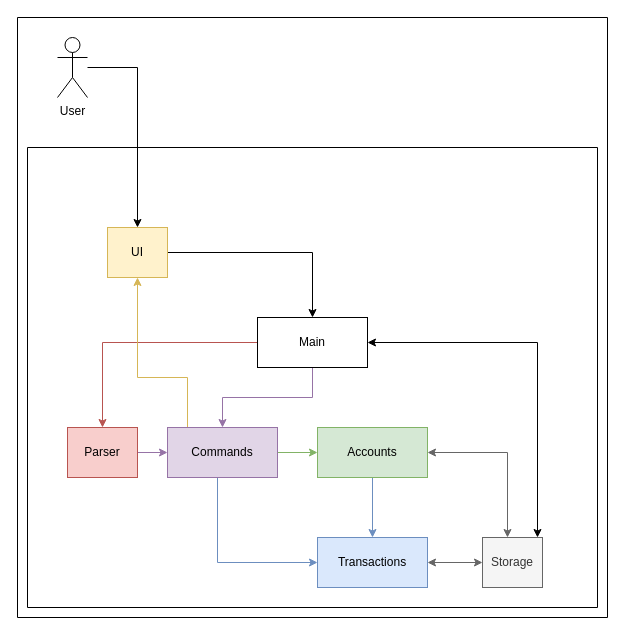
Before: docs/diagrams/ArchitectureDiagram.drawio in woowenjun99/tp, a draw.io diagram. Source tidied: cells renumbered, new cells numbered last; positions are measured from the earlier drawing's top-left corner, leaving out a move shared by most shapes. Both pictures are drawn from the tidied source at 100%, with x=0, y=0 at pixel (17, 17).
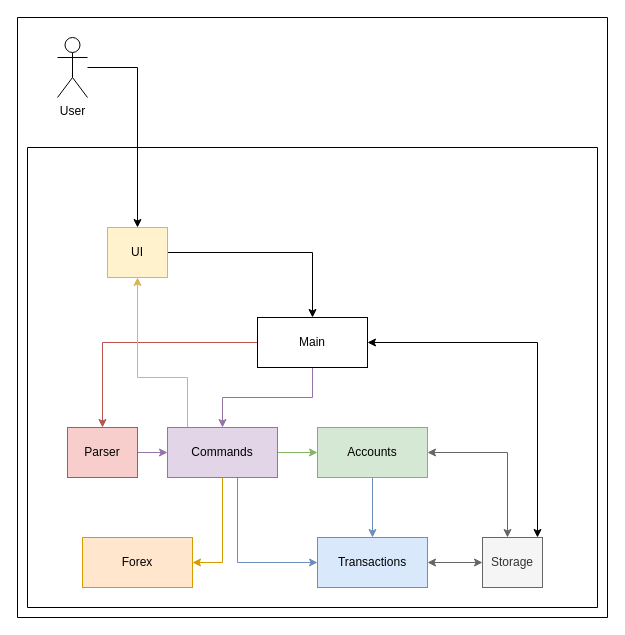
The same page after the edit.

Unchanged cells that the change refers to:
```xml
<mxCell id="2" style="swimlane;startSize=0;" parent="1" vertex="1">
  <mxGeometry x="10" y="130" width="570" height="460" as="geometry" />
</mxCell>
<mxCell id="17" value="Commands" style="html=1;whiteSpace=wrap;fillColor=#e1d5e7;strokeColor=#9673a6;" parent="2" vertex="1">
  <mxGeometry x="140" y="280" width="110" height="50" as="geometry" />
</mxCell>
<mxCell id="18" value="Transactions" style="html=1;whiteSpace=wrap;fillColor=#dae8fc;strokeColor=#6c8ebf;" parent="2" vertex="1">
  <mxGeometry x="290" y="390" width="110" height="50" as="geometry" />
</mxCell>
<mxCell id="23" style="swimlane;startSize=0;" parent="1" vertex="1">
  <mxGeometry width="590" height="600" as="geometry" />
</mxCell>
```

The edit, as a diff of the source:
```diff
@@
     <mxCell id="15" style="edgeStyle=orthogonalEdgeStyle;rounded=0;jettySize=auto;html=1;entryX=0;entryY=0.5;entryDx=0;entryDy=0;fillColor=#dae8fc;strokeColor=#6c8ebf;" parent="2" edge="1" source="17" target="18">
       <mxGeometry relative="1" as="geometry">
         <Array as="points">
-          <mxPoint x="190" y="415" />
+          <mxPoint x="210" y="415" />
         </Array>
       </mxGeometry>
     </mxCell>
@@
+    <mxCell id="24" value="Forex" style="html=1;whiteSpace=wrap;fillColor=#ffe6cc;strokeColor=#d79b00;" parent="23" vertex="1">
+      <mxGeometry x="65" y="520" width="110" height="50" as="geometry" />
+    </mxCell>
+    <mxCell id="25" style="edgeStyle=orthogonalEdgeStyle;rounded=0;jettySize=auto;html=1;entryX=1;entryY=0.5;entryDx=0;entryDy=0;fillColor=#ffe6cc;strokeColor=#d79b00;" parent="1" edge="1" source="17" target="24">
+      <mxGeometry relative="1" as="geometry" />
+    </mxCell>
```
